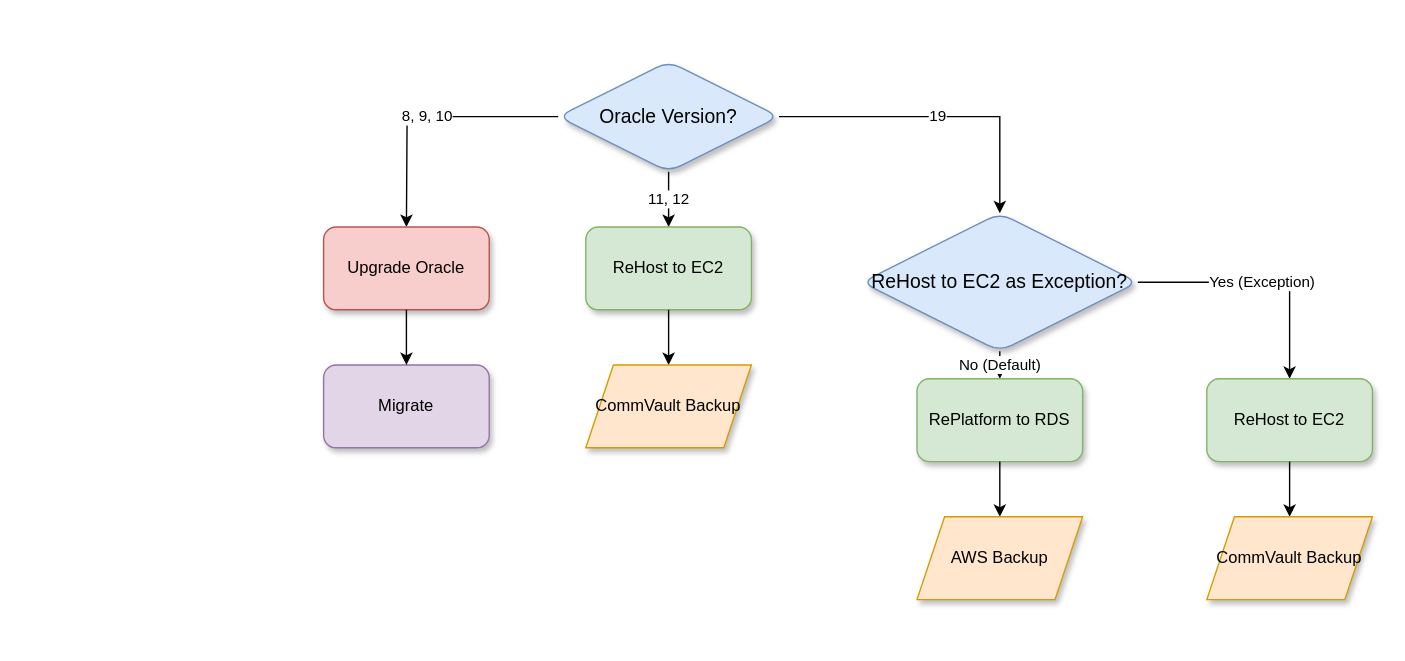
The draw.io diagram Oracle-DecisionTree.drawio in anthonygea/mycv, before the edit. Source tidied: cells renumbered, new cells numbered last; positions are measured from the earlier drawing's top-left corner, leaving out a move shared by most shapes. Both pictures are drawn from the tidied source at 138%, with x=0, y=0 at pixel (323, 61).
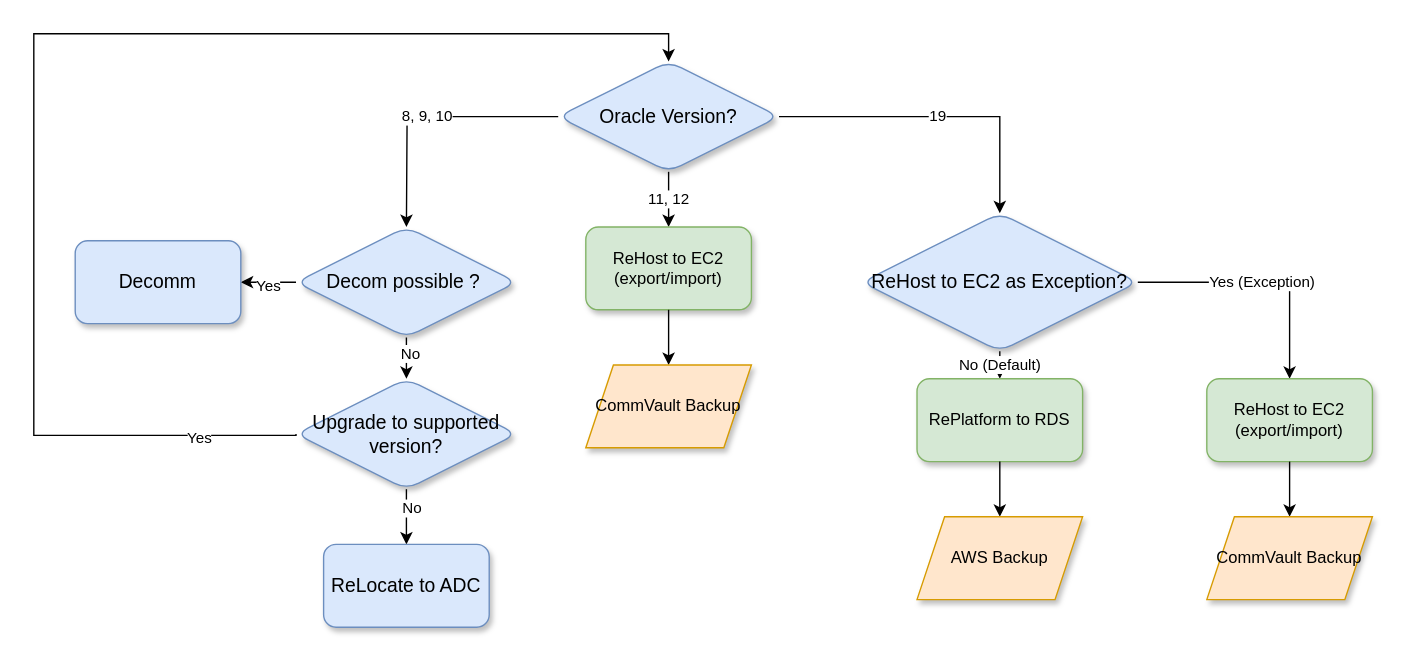
After the change.

The change refers to these unchanged cells:
```xml
<mxCell id="2" value="Oracle Version?" style="rhombus;whiteSpace=wrap;html=1;rounded=1;shadow=1;fontFamily=Helvetica;fontSize=14;fillColor=#dae8fc;strokeColor=#6c8ebf;" parent="1" vertex="1">
  <mxGeometry x="170" width="160" height="80" as="geometry" />
</mxCell>
```

The edit, as a diff of the source:
```diff
@@
-    <mxCell id="4" value="Upgrade Oracle" style="rounded=1;whiteSpace=wrap;html=1;shadow=1;fontFamily=Helvetica;fontSize=12;fillColor=#f8cecc;strokeColor=#b85450;" parent="1" vertex="1">
-      <mxGeometry y="120" width="120" height="60" as="geometry" />
-    </mxCell>
-    <mxCell id="5" value="Migrate" style="rounded=1;whiteSpace=wrap;html=1;shadow=1;fontFamily=Helvetica;fontSize=12;fillColor=#e1d5e7;strokeColor=#9673a6;" parent="1" vertex="1">
-      <mxGeometry y="220" width="120" height="60" as="geometry" />
-    </mxCell>
-    <mxCell id="6" style="endArrow=classic;html=1;rounded=0;exitX=0.5;exitY=1;exitDx=0;exitDy=0;entryX=0.5;entryY=0;entryDx=0;entryDy=0;" parent="1" edge="1" source="4" target="5">
-      <mxGeometry relative="1" as="geometry" />
-    </mxCell>
@@
-    <mxCell id="8" value="ReHost to EC2" style="rounded=1;whiteSpace=wrap;html=1;shadow=1;fontFamily=Helvetica;fontSize=12;fillColor=#d5e8d4;strokeColor=#82b366;" parent="1" vertex="1">
+    <mxCell id="8" value="ReHost to EC2&lt;div&gt;(export/import)&lt;/div&gt;" style="rounded=1;whiteSpace=wrap;html=1;shadow=1;fontFamily=Helvetica;fontSize=12;fillColor=#d5e8d4;strokeColor=#82b366;" parent="1" vertex="1">
       <mxGeometry x="190" y="120" width="120" height="60" as="geometry" />
     </mxCell>
@@
-    <mxCell id="14" value="ReHost to EC2" style="rounded=1;whiteSpace=wrap;html=1;shadow=1;fontFamily=Helvetica;fontSize=12;fillColor=#d5e8d4;strokeColor=#82b366;" parent="1" vertex="1">
+    <mxCell id="14" value="ReHost to EC2&lt;div&gt;(export/import)&lt;br&gt;&lt;/div&gt;" style="rounded=1;whiteSpace=wrap;html=1;shadow=1;fontFamily=Helvetica;fontSize=12;fillColor=#d5e8d4;strokeColor=#82b366;" parent="1" vertex="1">
       <mxGeometry x="640" y="230" width="120" height="60" as="geometry" />
     </mxCell>
@@
+    <mxCell id="21" style="edgeStyle=orthogonalEdgeStyle;rounded=0;jettySize=auto;html=1;" parent="1" edge="1" source="25" target="26">
+      <mxGeometry relative="1" as="geometry" />
+    </mxCell>
+    <mxCell id="22" value="Yes" style="edgeLabel;html=1;align=center;verticalAlign=middle;" parent="21" vertex="1">
+      <mxGeometry x="0.05" y="2" relative="1" as="geometry" />
+    </mxCell>
+    <mxCell id="23" style="edgeStyle=orthogonalEdgeStyle;rounded=0;jettySize=auto;html=1;" parent="1" edge="1" source="25" target="29">
+      <mxGeometry relative="1" as="geometry" />
+    </mxCell>
+    <mxCell id="24" value="No" style="edgeLabel;html=1;align=center;verticalAlign=middle;" parent="23" vertex="1">
+      <mxGeometry x="0.24" y="2" relative="1" as="geometry" />
+    </mxCell>
+    <mxCell id="25" value="Decom possible ?&amp;nbsp;" style="rhombus;whiteSpace=wrap;html=1;rounded=1;shadow=1;fontFamily=Helvetica;fontSize=14;fillColor=#dae8fc;strokeColor=#6c8ebf;" parent="1" vertex="1">
+      <mxGeometry x="-20" y="120" width="160" height="80" as="geometry" />
+    </mxCell>
+    <mxCell id="26" value="Decomm" style="whiteSpace=wrap;html=1;fontSize=14;fillColor=#dae8fc;strokeColor=#6c8ebf;rounded=1;shadow=1;" parent="1" vertex="1">
+      <mxGeometry x="-180" y="130" width="120" height="60" as="geometry" />
+    </mxCell>
+    <mxCell id="27" style="edgeStyle=orthogonalEdgeStyle;rounded=0;jettySize=auto;html=1;" parent="1" edge="1" source="29" target="30">
+      <mxGeometry relative="1" as="geometry" />
+    </mxCell>
+    <mxCell id="28" value="No" style="edgeLabel;html=1;align=center;verticalAlign=middle;" parent="27" vertex="1">
+      <mxGeometry x="-0.35" y="3" relative="1" as="geometry" />
+    </mxCell>
+    <mxCell id="29" value="Upgrade to supported version?" style="rhombus;whiteSpace=wrap;html=1;rounded=1;shadow=1;fontFamily=Helvetica;fontSize=14;fillColor=#dae8fc;strokeColor=#6c8ebf;" parent="1" vertex="1">
+      <mxGeometry x="-20" y="230" width="160" height="80" as="geometry" />
+    </mxCell>
+    <mxCell id="30" value="ReLocate to ADC" style="rounded=1;whiteSpace=wrap;html=1;fontSize=14;fillColor=#dae8fc;strokeColor=#6c8ebf;shadow=1;" parent="1" vertex="1">
+      <mxGeometry y="350" width="120" height="60" as="geometry" />
+    </mxCell>
+    <mxCell id="31" style="edgeStyle=orthogonalEdgeStyle;rounded=0;jettySize=auto;html=1;exitX=0;exitY=0.5;exitDx=0;exitDy=0;entryX=0.5;entryY=0;entryDx=0;entryDy=0;" parent="1" edge="1" target="2">
+      <mxGeometry x="0.02" relative="1" as="geometry">
+        <mxPoint x="-20" y="270" as="sourcePoint" />
+        <Array as="points">
+          <mxPoint x="-20" y="271" />
+          <mxPoint x="-210" y="271" />
+          <mxPoint x="-210" y="-20" />
+          <mxPoint x="250" y="-20" />
+        </Array>
+      </mxGeometry>
+    </mxCell>
+    <mxCell id="32" value="Yes" style="edgeLabel;html=1;align=center;verticalAlign=middle;" parent="31" vertex="1">
+      <mxGeometry x="-0.85" y="1" relative="1" as="geometry" />
+    </mxCell>
```
